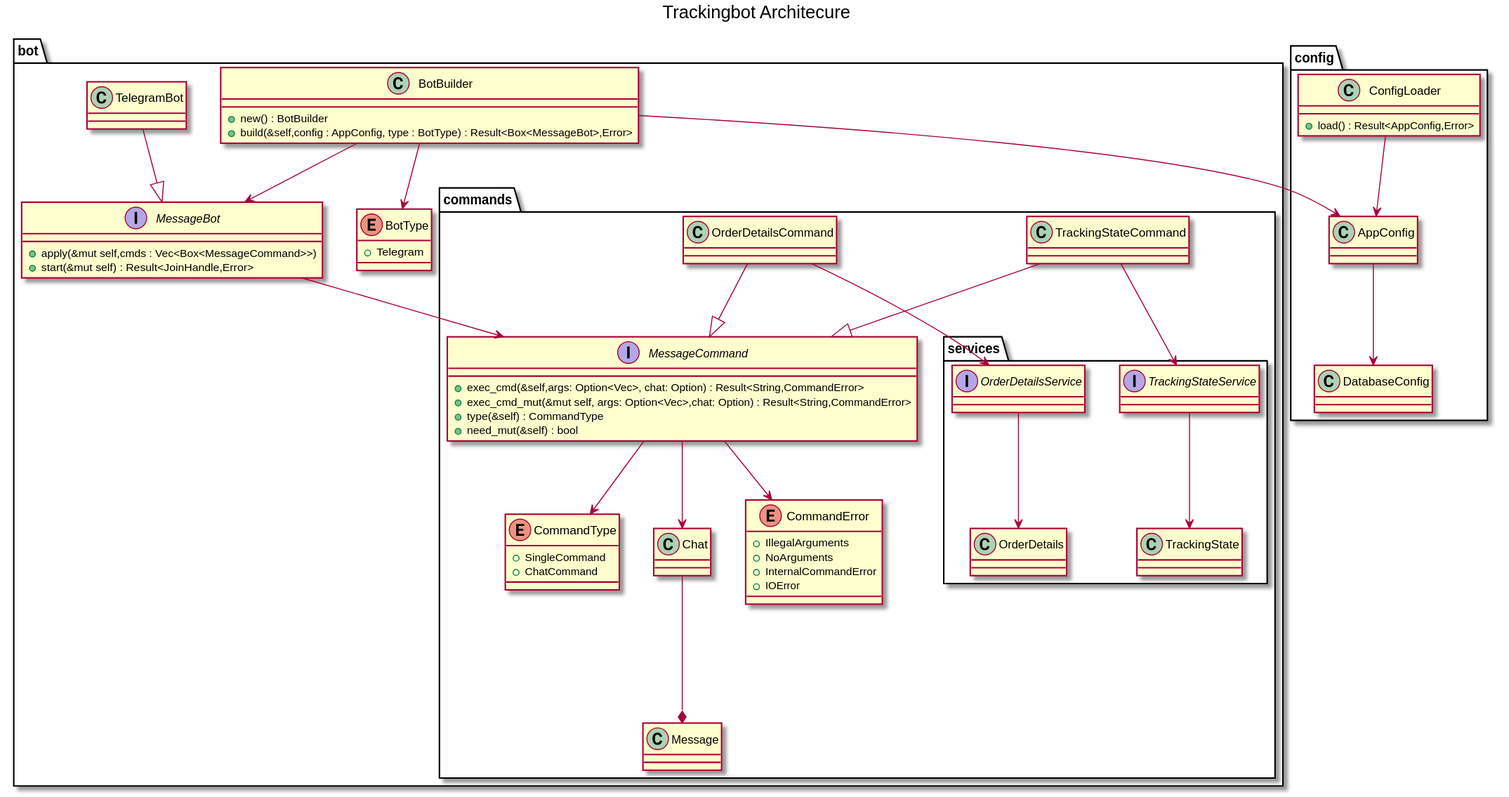
Dstu93/trackingbot keeps this PlantUML diagram as trackingbot_uml.svg. Above is the earlier version. Its diagram source:
```plantuml
@startuml

title Trackingbot Architecure

package bot{
    interface MessageBot{
        + apply(&mut self,cmds : Vec<Box<MessageCommand>>)
        + start(&mut self) : Result<JoinHandle,Error>
    }
    class TelegramBot

    class BotBuilder{
        + new() : BotBuilder
        + build(&self,config : AppConfig, type : BotType) : Result<Box<MessageBot>,Error>
    }

    enum BotType{
        + Telegram
    }

    package commands{
        interface MessageCommand{
            + exec_cmd(&self,args: Option<Vec<&str>>, chat: Option<&Chat>) : Result<String,CommandError>
            + exec_cmd_mut(&mut self, args: Option<Vec<&str>>,chat: Option<&Chat>) : Result<String,CommandError>
            + type(&self) : CommandType
            + need_mut(&self) : bool
        }
        class TrackingStateCommand
        class OrderDetailsCommand
        enum CommandType{
            + SingleCommand
            + ChatCommand
        }

        package services{
            interface TrackingStateService
            interface OrderDetailsService
            class OrderDetails
            class TrackingState
        }

        class Chat
        class Message

        enum CommandError{
            + IllegalArguments
            + NoArguments
            + InternalCommandError
            + IOError
        }
    }
}

    package config{
        class AppConfig
        class DatabaseConfig
        class ConfigLoader{
            + load() : Result<AppConfig,Error>
    }
}

BotBuilder --> BotType
BotBuilder --> AppConfig
BotBuilder --> MessageBot

Chat ---* Message

TelegramBot --|> MessageBot

MessageCommand --> Chat
MessageCommand --> CommandType
MessageCommand --> CommandError

TrackingStateService --> TrackingState
OrderDetailsService --> OrderDetails

TrackingStateCommand --|> MessageCommand
OrderDetailsCommand --|> MessageCommand
OrderDetailsCommand --> OrderDetailsService
TrackingStateCommand --> TrackingStateService
MessageBot --> MessageCommand

AppConfig --> DatabaseConfig
ConfigLoader --> AppConfig



@enduml
```
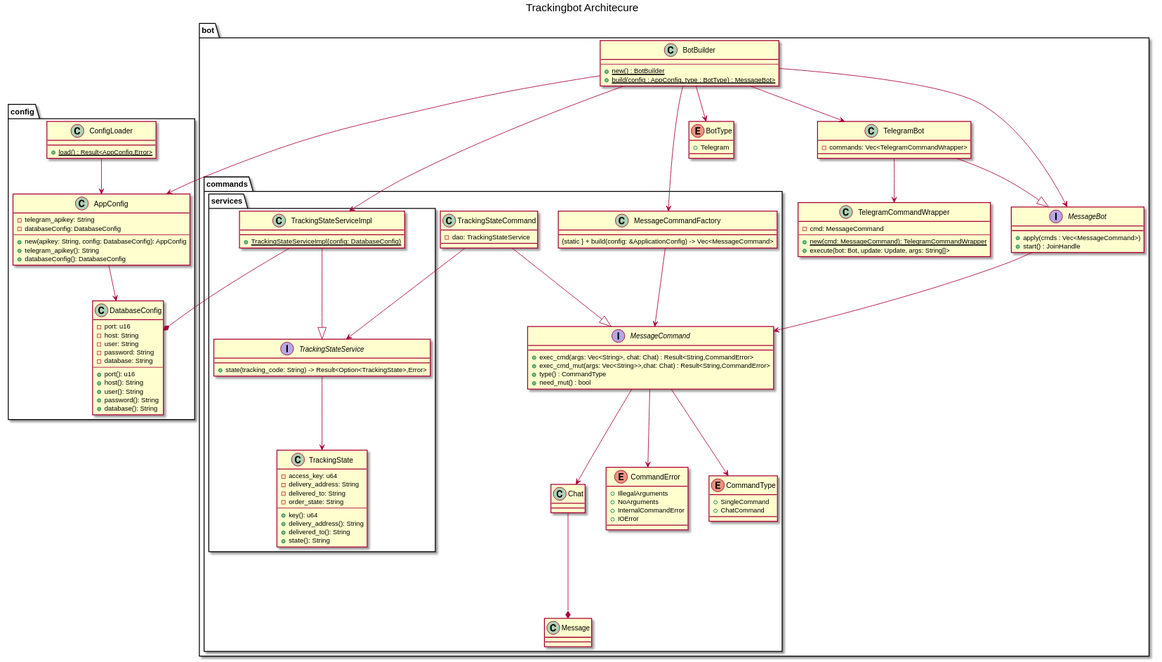
After the commit.

What changed in the source:
```diff
@@ -4,14 +4,24 @@
 
 package bot{
     interface MessageBot{
-        + apply(&mut self,cmds : Vec<Box<MessageCommand>>)
-        + start(&mut self) : Result<JoinHandle,Error>
+        + apply(cmds : Vec<MessageCommand>)
+        + start() : JoinHandle
     }
-    class TelegramBot
+    class TelegramBot{
+        - commands: Vec<TelegramCommandWrapper>
+    }
+
+    class TelegramCommandWrapper{
+        - cmd: MessageCommand
+        --
+        {static} + new(cmd: MessageCommand): TelegramCommandWrapper
+        + execute(bot: Bot, update: Update, args: String[]>
+    }
 
     class BotBuilder{
-        + new() : BotBuilder
-        + build(&self,config : AppConfig, type : BotType) : Result<Box<MessageBot>,Error>
+        --
+        {static} + new() : BotBuilder
+        {static} + build(config : AppConfig, type : BotType) : MessageBot>
     }
 
     enum BotType{
@@ -20,23 +30,46 @@
 
     package commands{
         interface MessageCommand{
-            + exec_cmd(&self,args: Option<Vec<&str>>, chat: Option<&Chat>) : Result<String,CommandError>
-            + exec_cmd_mut(&mut self, args: Option<Vec<&str>>,chat: Option<&Chat>) : Result<String,CommandError>
-            + type(&self) : CommandType
-            + need_mut(&self) : bool
+            + exec_cmd(args: Vec<String>, chat: Chat) : Result<String,CommandError>
+            + exec_cmd_mut(args: Vec<String>>,chat: Chat) : Result<String,CommandError>
+            + type() : CommandType
+            + need_mut() : bool
         }
-        class TrackingStateCommand
-        class OrderDetailsCommand
+        class TrackingStateCommand{
+            - dao: TrackingStateService
+        }
         enum CommandType{
             + SingleCommand
             + ChatCommand
         }
 
+        class MessageCommandFactory{
+            {static } + build(config: &ApplicationConfig) -> Vec<MessageCommand>
+        }
+
         package services{
-            interface TrackingStateService
-            interface OrderDetailsService
-            class OrderDetails
-            class TrackingState
+
+
+
+            interface TrackingStateService{
+                + state(tracking_code: String) -> Result<Option<TrackingState>,Error>
+            }
+
+            class TrackingStateServiceImpl{
+                {static} + TrackingStateServiceImpl(config: DatabaseConfig)
+            }
+
+            class TrackingState{
+                - access_key: u64
+                - delivery_address: String
+                - delivered_to: String
+                - order_state: String
+                --
+                + key(): u64
+                + delivery_address(): String
+                + delivered_to(): String
+                + state(): String
+            }
         }
 
         class Chat
@@ -52,31 +85,55 @@
 }
 
     package config{
-        class AppConfig
-        class DatabaseConfig
+        class AppConfig{
+            - telegram_apikey: String
+            - databaseConfig: DatabaseConfig
+            --
+            + new(apikey: String, config: DatabaseConfig): AppConfig
+            + telegram_apikey(): String
+            + databaseConfig(): DatabaseConfig
+        }
+        class DatabaseConfig{
+            - port: u16
+            - host: String
+            - user: String
+            - password: String
+            - database: String
+            --
+            + port(): u16
+            + host(): String
+            + user(): String
+            + password(): String
+            + database(): String
+        }
         class ConfigLoader{
-            + load() : Result<AppConfig,Error>
+            {static} + load() : Result<AppConfig,Error>
     }
 }
 
 BotBuilder --> BotType
 BotBuilder --> AppConfig
 BotBuilder --> MessageBot
+BotBuilder --> TrackingStateServiceImpl
+BotBuilder --> MessageCommandFactory
+BotBuilder --> TelegramBot
+
+MessageCommandFactory --> MessageCommand
 
 Chat ---* Message
 
 TelegramBot --|> MessageBot
+TelegramBot --> TelegramCommandWrapper
 
 MessageCommand --> Chat
 MessageCommand --> CommandType
 MessageCommand --> CommandError
 
 TrackingStateService --> TrackingState
-OrderDetailsService --> OrderDetails
+TrackingStateServiceImpl --|> TrackingStateService
+TrackingStateServiceImpl --* DatabaseConfig
 
 TrackingStateCommand --|> MessageCommand
-OrderDetailsCommand --|> MessageCommand
-OrderDetailsCommand --> OrderDetailsService
 TrackingStateCommand --> TrackingStateService
 MessageBot --> MessageCommand
 
```
